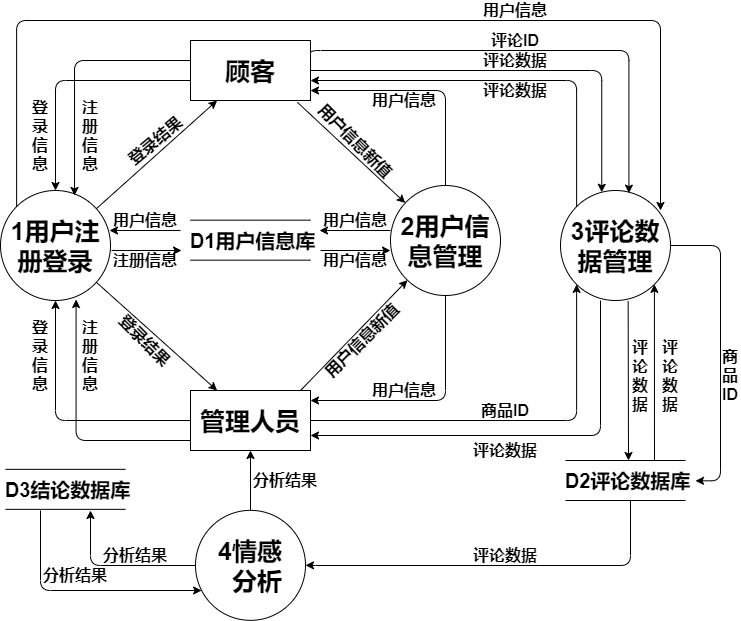
Earlier version of the draw.io export img/0层数据流图.png (HJHGJGHHG/Sentiment-Analysis-System). Source tidied: cells renumbered, new cells last; positions are measured from the earlier drawing's top-left corner, leaving out a move shared by most shapes.
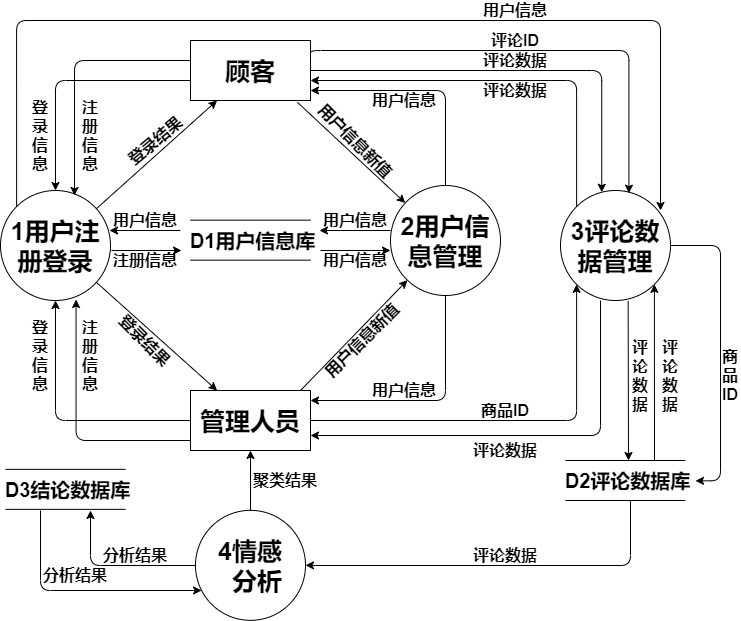
The same file after the commit.

The edit, as a diff of the source:
```diff
@@ -286,7 +286,7 @@
     <mxCell id="59" style="endArrow=classic;html=1;" parent="1" edge="1" source="47" target="2">
       <mxGeometry relative="1" as="geometry" />
     </mxCell>
-    <mxCell id="60" value="&lt;span style=&quot;font-size: 16px&quot;&gt;&lt;b&gt;分析结果&lt;/b&gt;&lt;/span&gt;" style="text;html=1;strokeColor=none;fillColor=none;align=center;verticalAlign=middle;whiteSpace=wrap;rounded=0;rotation=0;" parent="1" vertex="1">
+    <mxCell id="60" value="&lt;span style=&quot;font-size: 16px&quot;&gt;&lt;b&gt;聚类结果&lt;/b&gt;&lt;/span&gt;" style="text;html=1;strokeColor=none;fillColor=none;align=center;verticalAlign=middle;whiteSpace=wrap;rounded=0;rotation=0;" parent="1" vertex="1">
       <mxGeometry x="250" y="470.3" width="70" height="20" as="geometry" />
     </mxCell>
     <mxCell id="61" style="edgeStyle=elbowEdgeStyle;elbow=vertical;endArrow=classic;html=1;" parent="1" edge="1" target="47">
```
